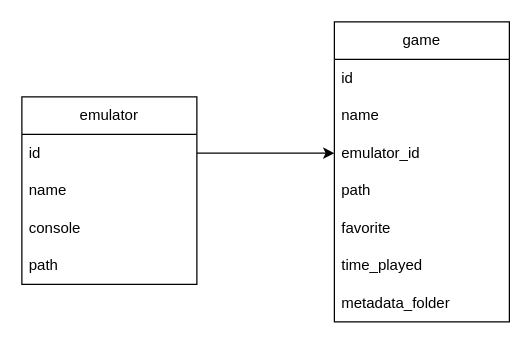
This is der.drawio from AlexsanderKevin/hubemu, a draw.io file, before an edit. Source tidied: cells renumbered, new cells numbered last; positions are measured from the earlier drawing's top-left corner, leaving out a move shared by most shapes. Both pictures are drawn from the tidied source at 125%, with x=0, y=0 at pixel (21, 21).
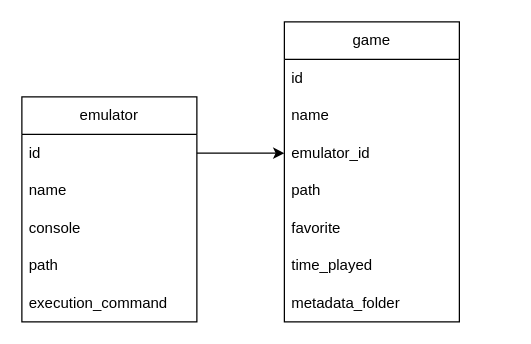
The same page after the edit.

What changed in the source:
```diff
@@
 <mxGraphModel>
   <root>
     <mxCell id="0" />
     <mxCell id="1" parent="0" />
     <mxCell id="2" style="edgeStyle=none;html=1;entryX=0;entryY=0.5;entryDx=0;entryDy=0;exitX=1;exitY=0.5;exitDx=0;exitDy=0;" parent="1" edge="1" source="4" target="11">
       <mxGeometry relative="1" as="geometry" />
     </mxCell>
     <mxCell id="3" value="emulator" style="swimlane;fontStyle=0;horizontal=1;startSize=30;whiteSpace=wrap;html=1;" parent="1" vertex="1">
-      <mxGeometry y="60" width="140" height="150" as="geometry" />
+      <mxGeometry y="60" width="140" height="180" as="geometry" />
     </mxCell>
     <mxCell id="4" value="id" style="text;strokeColor=none;fillColor=none;align=left;verticalAlign=middle;spacingLeft=4;spacingRight=4;overflow=hidden;points=[[0,0.5],[1,0.5]];portConstraint=eastwest;whiteSpace=wrap;html=1;" parent="3" vertex="1">
       <mxGeometry y="30" width="140" height="30" as="geometry" />
     </mxCell>
     <mxCell id="5" value="name" style="text;strokeColor=none;fillColor=none;align=left;verticalAlign=middle;spacingLeft=4;spacingRight=4;overflow=hidden;whiteSpace=wrap;html=1;" parent="3" vertex="1">
       <mxGeometry y="60" width="140" height="30" as="geometry" />
     </mxCell>
     <mxCell id="6" value="console" style="text;strokeColor=none;fillColor=none;align=left;verticalAlign=middle;spacingLeft=4;spacingRight=4;overflow=hidden;whiteSpace=wrap;html=1;" parent="3" vertex="1">
       <mxGeometry y="90" width="140" height="30" as="geometry" />
     </mxCell>
     <mxCell id="7" value="path" style="text;strokeColor=none;fillColor=none;align=left;verticalAlign=middle;spacingLeft=4;spacingRight=4;overflow=hidden;whiteSpace=wrap;html=1;" parent="3" vertex="1">
       <mxGeometry y="120" width="140" height="30" as="geometry" />
     </mxCell>
+    <mxCell id="16" value="execution_command" style="text;strokeColor=none;fillColor=none;align=left;verticalAlign=middle;spacingLeft=4;spacingRight=4;overflow=hidden;whiteSpace=wrap;html=1;" parent="3" vertex="1">
+      <mxGeometry y="150" width="140" height="30" as="geometry" />
+    </mxCell>
     <mxCell id="8" value="game" style="swimlane;fontStyle=0;horizontal=1;startSize=30;whiteSpace=wrap;html=1;" parent="1" vertex="1">
-      <mxGeometry x="250" width="140" height="240" as="geometry" />
+      <mxGeometry x="210" width="140" height="240" as="geometry" />
     </mxCell>
     <mxCell id="9" value="id" style="text;strokeColor=none;fillColor=none;align=left;verticalAlign=middle;spacingLeft=4;spacingRight=4;overflow=hidden;whiteSpace=wrap;html=1;" parent="8" vertex="1">
       <mxGeometry y="30" width="140" height="30" as="geometry" />
     </mxCell>
     <mxCell id="10" value="name" style="text;strokeColor=none;fillColor=none;align=left;verticalAlign=middle;spacingLeft=4;spacingRight=4;overflow=hidden;whiteSpace=wrap;html=1;" parent="8" vertex="1">
       <mxGeometry y="60" width="140" height="30" as="geometry" />
     </mxCell>
     <mxCell id="11" value="emulator_id" style="text;strokeColor=none;fillColor=none;align=left;verticalAlign=middle;spacingLeft=4;spacingRight=4;overflow=hidden;points=[[0,0.5],[1,0.5]];portConstraint=eastwest;whiteSpace=wrap;html=1;" parent="8" vertex="1">
       <mxGeometry y="90" width="140" height="30" as="geometry" />
     </mxCell>
     <mxCell id="12" value="path" style="text;strokeColor=none;fillColor=none;align=left;verticalAlign=middle;spacingLeft=4;spacingRight=4;overflow=hidden;whiteSpace=wrap;html=1;" parent="8" vertex="1">
       <mxGeometry y="120" width="140" height="30" as="geometry" />
     </mxCell>
     <mxCell id="13" value="favorite" style="text;strokeColor=none;fillColor=none;align=left;verticalAlign=middle;spacingLeft=4;spacingRight=4;overflow=hidden;whiteSpace=wrap;html=1;" parent="8" vertex="1">
       <mxGeometry y="150" width="140" height="30" as="geometry" />
     </mxCell>
     <mxCell id="14" value="time_played" style="text;strokeColor=none;fillColor=none;align=left;verticalAlign=middle;spacingLeft=4;spacingRight=4;overflow=hidden;whiteSpace=wrap;html=1;" parent="8" vertex="1">
       <mxGeometry y="180" width="140" height="30" as="geometry" />
     </mxCell>
     <mxCell id="15" value="metadata_folder" style="text;strokeColor=none;fillColor=none;align=left;verticalAlign=middle;spacingLeft=4;spacingRight=4;overflow=hidden;whiteSpace=wrap;html=1;" parent="8" vertex="1">
       <mxGeometry y="210" width="140" height="30" as="geometry" />
     </mxCell>
   </root>
 </mxGraphModel>
```
